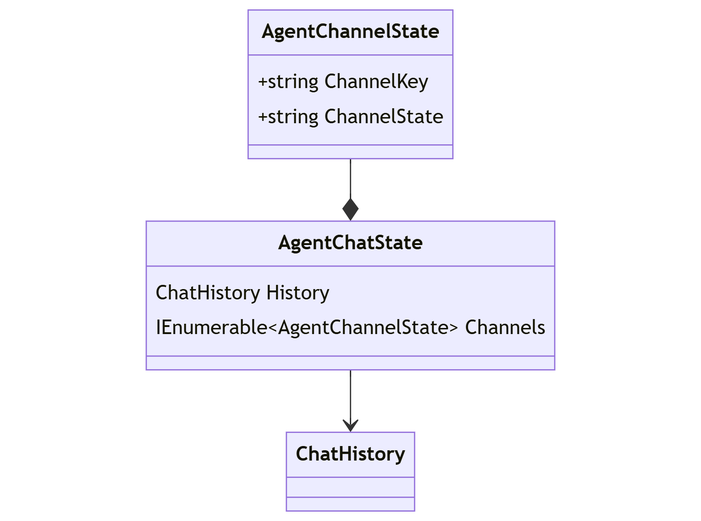
The Mermaid diagram docs/decisions/diagrams/agentchat-state.png in microsoft/semantic-kernel, before a commit. Its source is kept beside it as docs/decisions/diagrams/agentchat-state.mmd. Source of this version:
```mermaid
classDiagram

    ChatHistory

    AgentChatState --> ChatHistory
    AgentChannelState --* AgentChatState
    class AgentChatState {
        ChatHistory History
        IEnumerable~AgentChannelState~ Channels
    }

    class AgentChannelState {
        +string ChannelKey
        +string ChannelState
    }
```
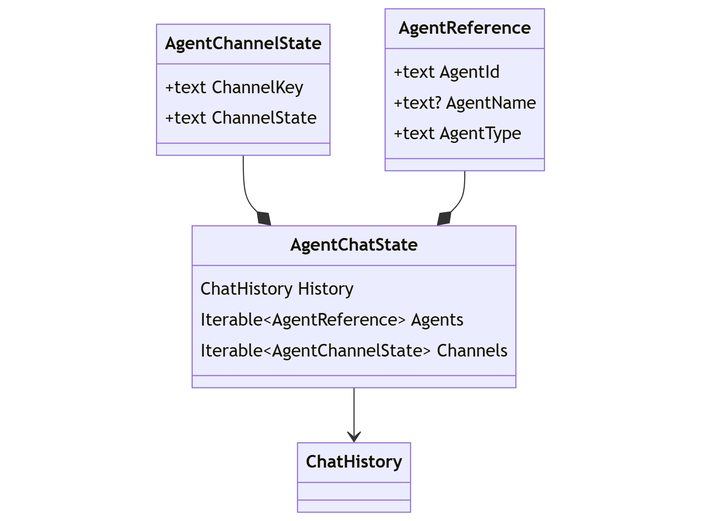
Later version of the same file.

What changed in the source:
```diff
@@ -4,12 +4,20 @@
 
     AgentChatState --> ChatHistory
     AgentChannelState --* AgentChatState
+    AgentReference --* AgentChatState
     class AgentChatState {
         ChatHistory History
-        IEnumerable~AgentChannelState~ Channels
+        Iterable~AgentReference~ Agents
+        Iterable~AgentChannelState~ Channels
     }
 
     class AgentChannelState {
-        +string ChannelKey
-        +string ChannelState
+        +text ChannelKey
+        +text ChannelState
     }
+
+    class AgentReference {
+        +text AgentId
+        +text? AgentName
+        +text AgentType
+    }
```
